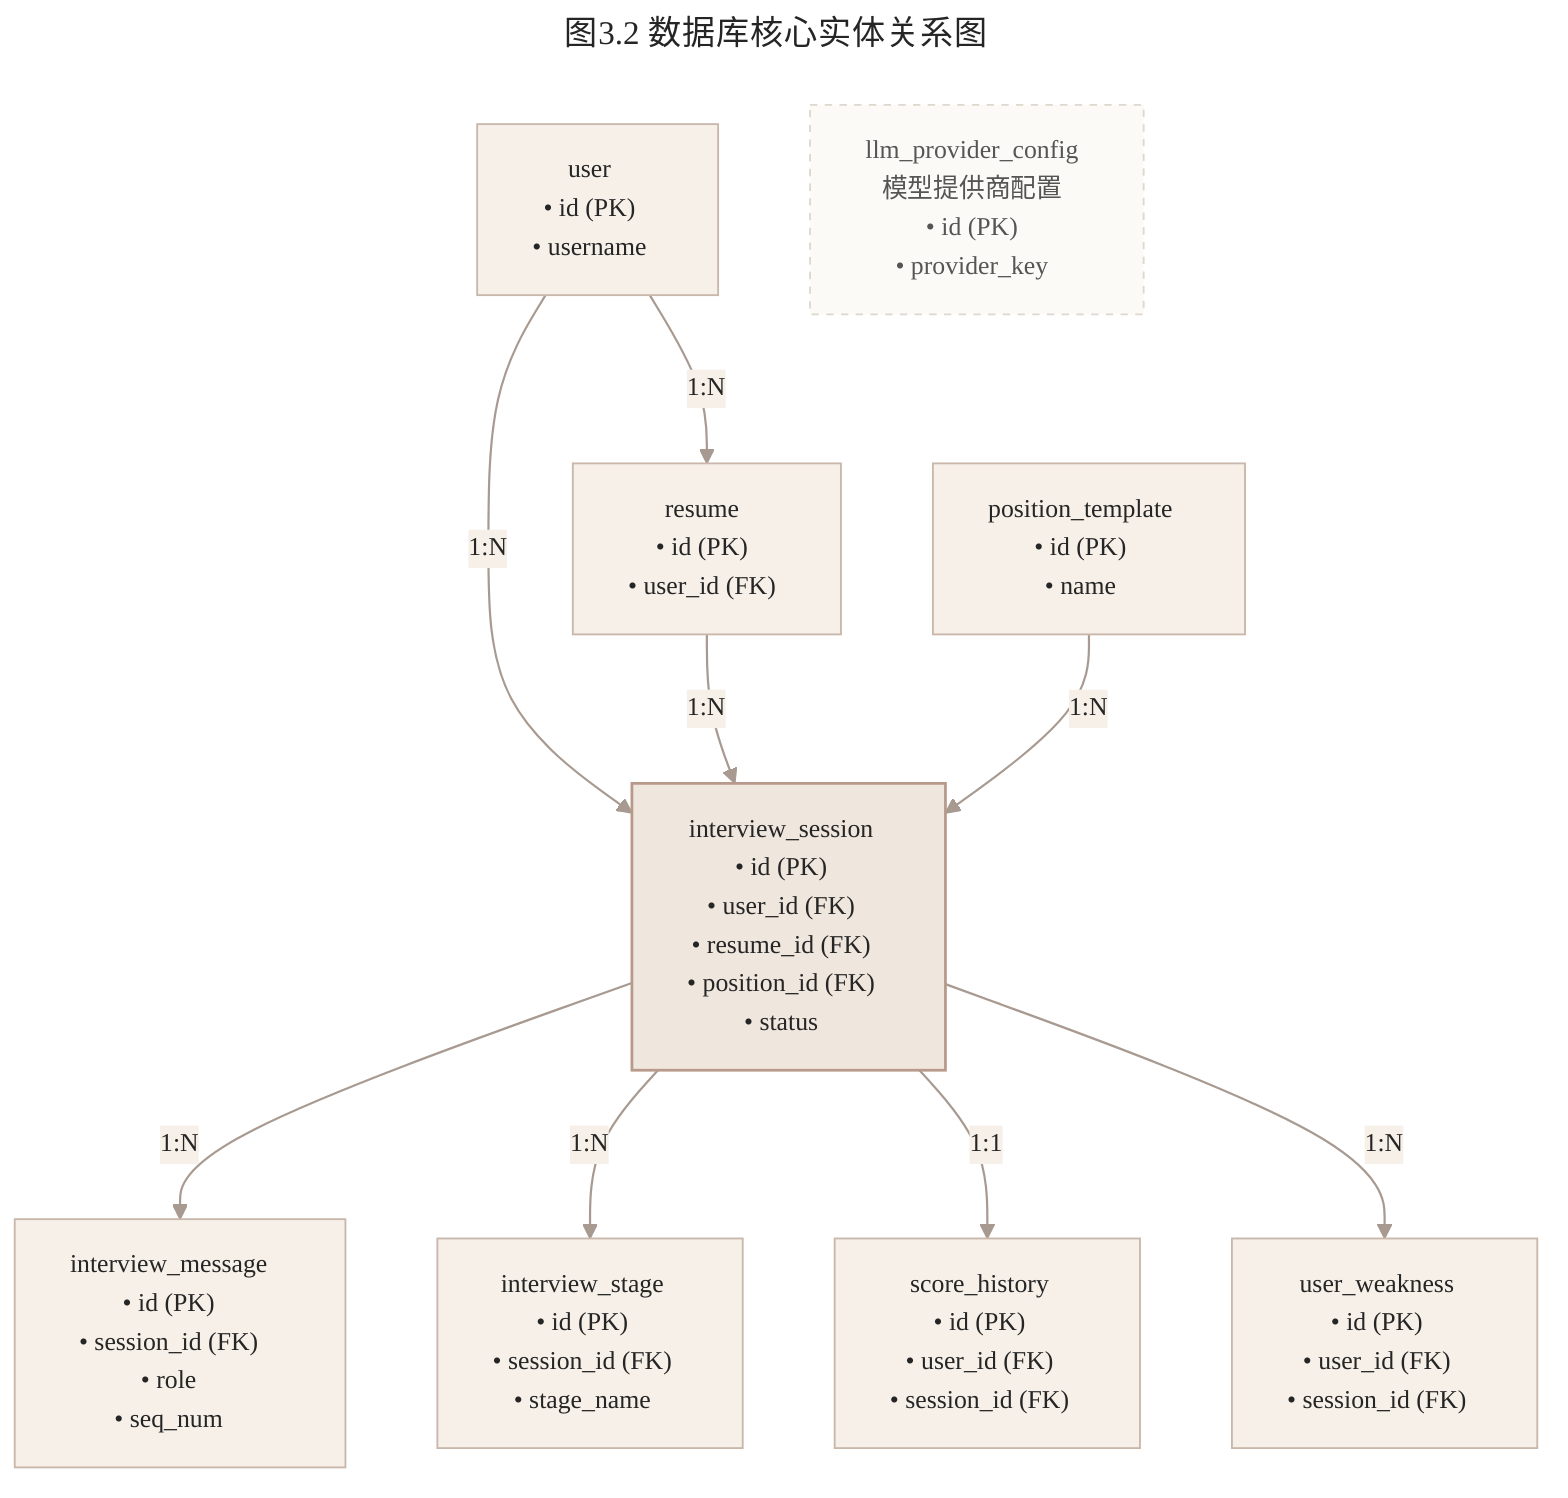
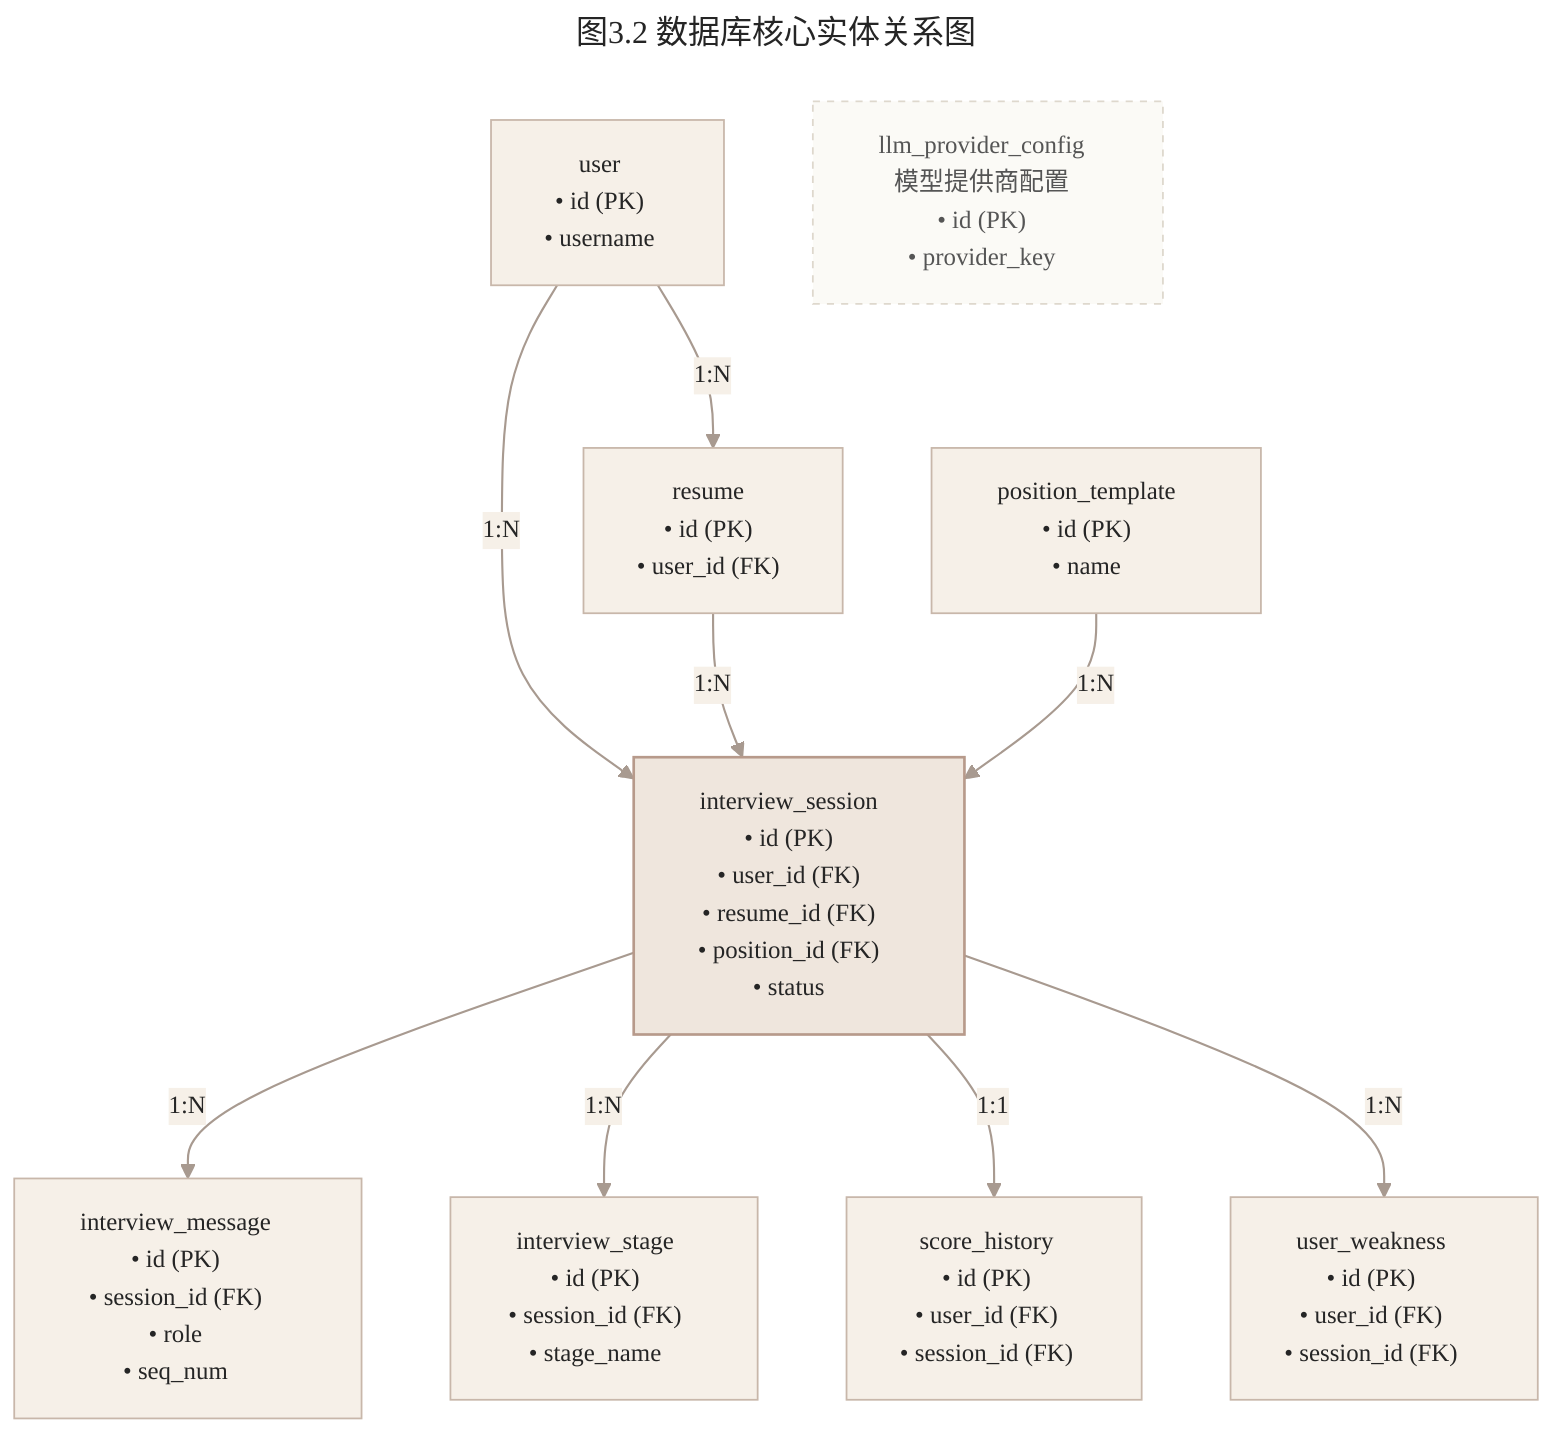
---
title: 图3.2 数据库核心实体关系图
---
%%{init: {
-   'theme': 'base',
-   'themeVariables': {
-     'background': '#FAF8F2',
-     'primaryColor': '#EFE6DD',
-     'primaryBorderColor': '#B79A8B',
-     'primaryTextColor': '#252525',
-     'lineColor': '#A89A90',
-     'secondaryColor': '#F6F0E8',
-     'tertiaryColor': '#FBFAF6',
-     'fontFamily': 'Microsoft YaHei, SimHei, Arial, sans-serif',
-     'fontSize': '14px'
+   "theme": "base",
+   "themeVariables": {
+     "background": "#FAF8F2",
+     "primaryColor": "#EFE6DD",
+     "primaryBorderColor": "#B79A8B",
+     "primaryTextColor": "#252525",
+     "lineColor": "#A89A90",
+     "secondaryColor": "#F6F0E8",
+     "tertiaryColor": "#FBFAF6",
+     "fontFamily": "system-ui, -apple-system, \"Microsoft YaHei\", sans-serif",
+     "fontSize": "14px",
+     "nodePadding": "15px"
  },
-   'flowchart': {
-     'nodeSpacing': 50,
-     'rankSpacing': 60
+   "flowchart": {
+     "nodeSpacing": 50,
+     "rankSpacing": 60
  }
}}%%
flowchart TB
-   user["user<br/>• id (PK)<br/>• username"]
-   resume["resume<br/>• id (PK)<br/>• user_id (FK)"]
-   position_template["position_template<br/>• id (PK)<br/>• name"]
+   user[" &nbsp; user &nbsp; <br/>• id (PK)<br/>• username "]
+   resume[" &nbsp; resume &nbsp; <br/>• id (PK)<br/>• user_id (FK) "]
+   position_template[" &nbsp; position_template &nbsp; <br/>• id (PK)<br/>• name "]

-   interview_session["interview_session<br/>• id (PK)<br/>• user_id (FK)<br/>• resume_id (FK)<br/>• position_id (FK)<br/>• status"]
+   interview_session[" &nbsp; interview_session &nbsp; <br/>• id (PK)<br/>• user_id (FK)<br/>• resume_id (FK)<br/>• position_id (FK)<br/>• status "]

-   interview_message["interview_message<br/>• id (PK)<br/>• session_id (FK)<br/>• role<br/>• seq_num"]
-   interview_stage["interview_stage<br/>• id (PK)<br/>• session_id (FK)<br/>• stage_name"]
-   score_history["score_history<br/>• id (PK)<br/>• user_id (FK)<br/>• session_id (FK)"]
-   user_weakness["user_weakness<br/>• id (PK)<br/>• user_id (FK)<br/>• session_id (FK)"]
+   interview_message[" &nbsp; interview_message &nbsp; <br/>• id (PK)<br/>• session_id (FK)<br/>• role<br/>• seq_num "]
+   interview_stage[" &nbsp; interview_stage &nbsp; <br/>• id (PK)<br/>• session_id (FK)<br/>• stage_name "]
+   score_history[" &nbsp; score_history &nbsp; <br/>• id (PK)<br/>• user_id (FK)<br/>• session_id (FK) "]
+   user_weakness[" &nbsp; user_weakness &nbsp; <br/>• id (PK)<br/>• user_id (FK)<br/>• session_id (FK) "]

-   llm_provider_config["llm_provider_config<br/>模型提供商配置<br/>• id (PK)<br/>• provider_key"]
+   llm_provider_config[" &nbsp; llm_provider_config &nbsp; <br/>模型提供商配置<br/>• id (PK)<br/>• provider_key "]

  user -->|1:N| resume
  user -->|1:N| interview_session
  resume -->|1:N| interview_session
  position_template -->|1:N| interview_session

  interview_session -->|1:N| interview_message
  interview_session -->|1:N| interview_stage
  interview_session -->|1:1| score_history
  interview_session -->|1:N| user_weakness

  classDef entity fill:#F6F0E8,stroke:#C8B7AA,color:#252525
  classDef centerEntity fill:#EFE6DD,stroke:#B79A8B,stroke-width:1.5px,color:#252525
  classDef configEntity fill:#FBFAF6,stroke:#DED8CD,stroke-dasharray: 4 4,color:#555555

  class interview_session centerEntity
  class llm_provider_config configEntity
  class user,resume,position_template,interview_message,interview_stage,score_history,user_weakness entity
  linkStyle default stroke:#A89A90,stroke-width:1.2px
